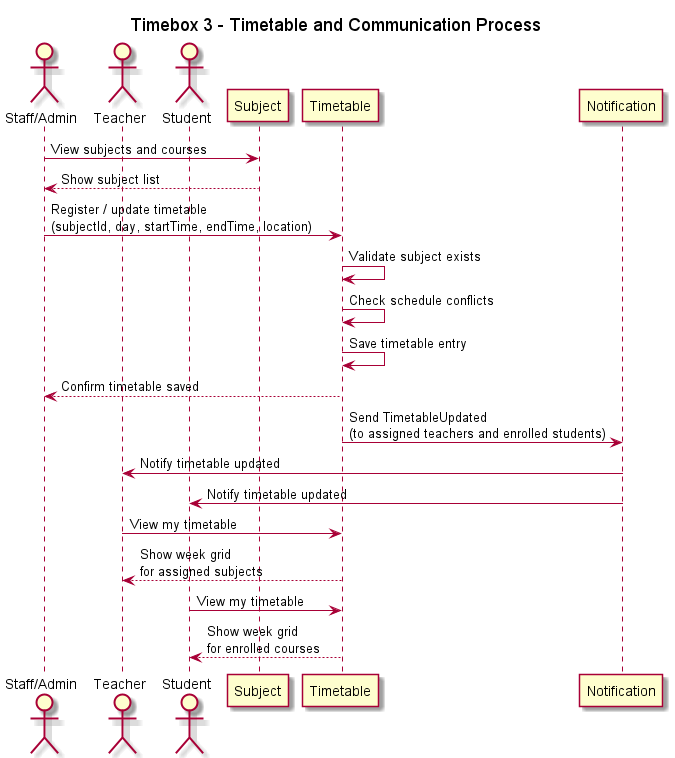
KyawMyoHtay1/academic-portal keeps this PlantUML diagram as out/sequence/Timebox3_TimetableandCommunicationProcess/Timebox3_TimetableandCommunicationProcess.png. Above is the earlier version. Source of this version:
```plantuml
@startuml
title Timebox 3 - Timetable and Communication Process

actor Staff as "Staff/Admin"
actor Teacher
actor Student

participant "Subject" as Subject
participant "Timetable" as Timetable
participant "Notification" as Notification


Staff -> Subject: View subjects and courses
Subject --> Staff: Show subject list

Staff -> Timetable: Register / update timetable\n(subjectId, day, startTime, endTime, location)
Timetable -> Timetable: Validate subject exists
Timetable -> Timetable: Check schedule conflicts
Timetable -> Timetable: Save timetable entry
Timetable --> Staff: Confirm timetable saved


Timetable -> Notification: Send TimetableUpdated\n(to assigned teachers and enrolled students)
Notification -> Teacher: Notify timetable updated
Notification -> Student: Notify timetable updated


Teacher -> Timetable: View my timetable
Timetable --> Teacher: Show week grid\nfor assigned subjects

Student -> Timetable: View my timetable
Timetable --> Student: Show week grid\nfor enrolled courses

@enduml
```
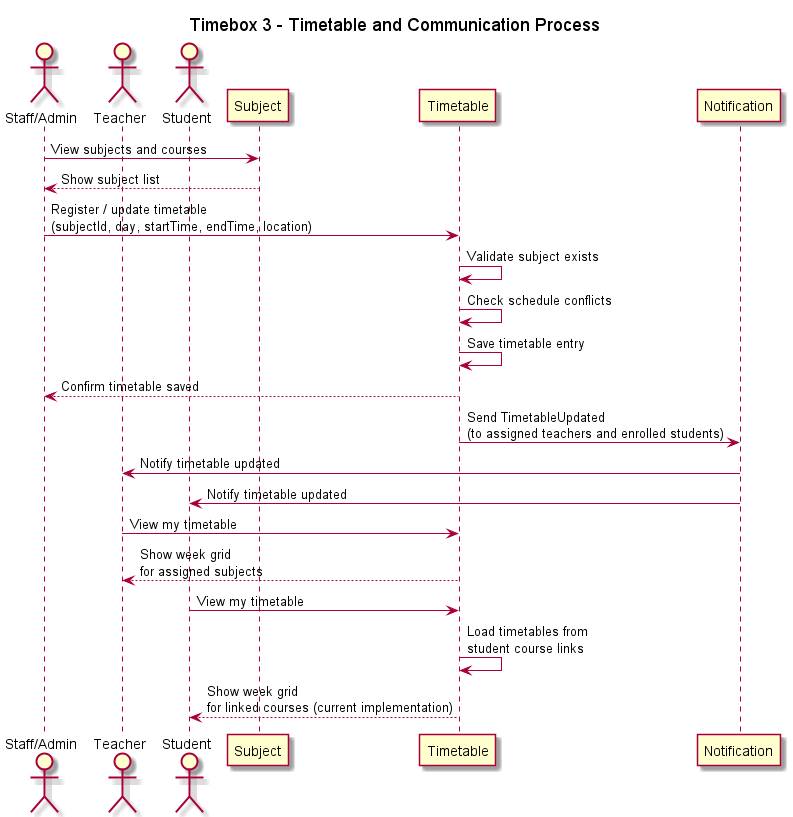
Above is the later version.

Commit message:
Update sequence diagrams: Replace existing PNG files for Timebox1 and Timebox2 sequences, and update Timebox3 sequences to reflect the latest design changes.

What changed in the source:
```diff
@@ -29,6 +29,7 @@
 Timetable --> Teacher: Show week grid\nfor assigned subjects
 
 Student -> Timetable: View my timetable
-Timetable --> Student: Show week grid\nfor enrolled courses
+Timetable -> Timetable: Load timetables from\nstudent course links
+Timetable --> Student: Show week grid\nfor linked courses (current implementation)
 
 @enduml
```
